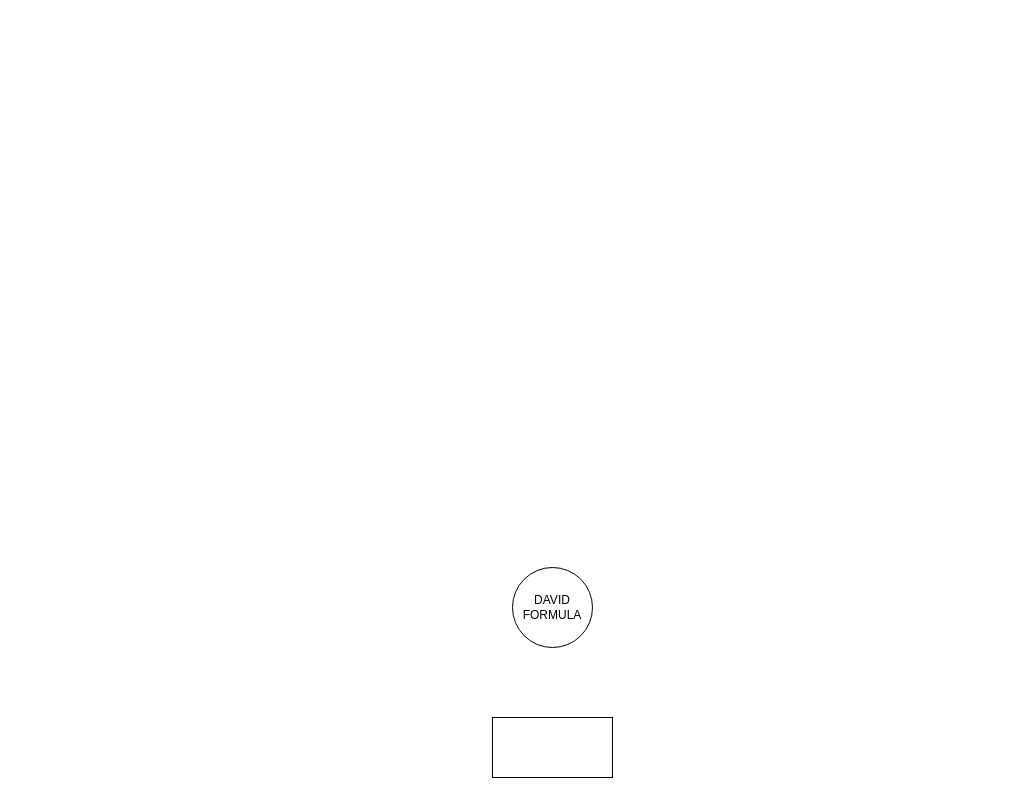
This is page "Struktur Org GSIT - NIS B" (1 of 3) of BIP_Andrea_2026.drawio from AndreaB54/BCA_INTERNSHIP_NIS_B_2026, a draw.io file, before an edit. Source tidied: cells renumbered, new cells numbered last; positions are measured from the earlier drawing's top-left corner, leaving out a move shared by most shapes. Both pictures are drawn from the tidied source at 100%, with x=0, y=0 at pixel (492, 567).
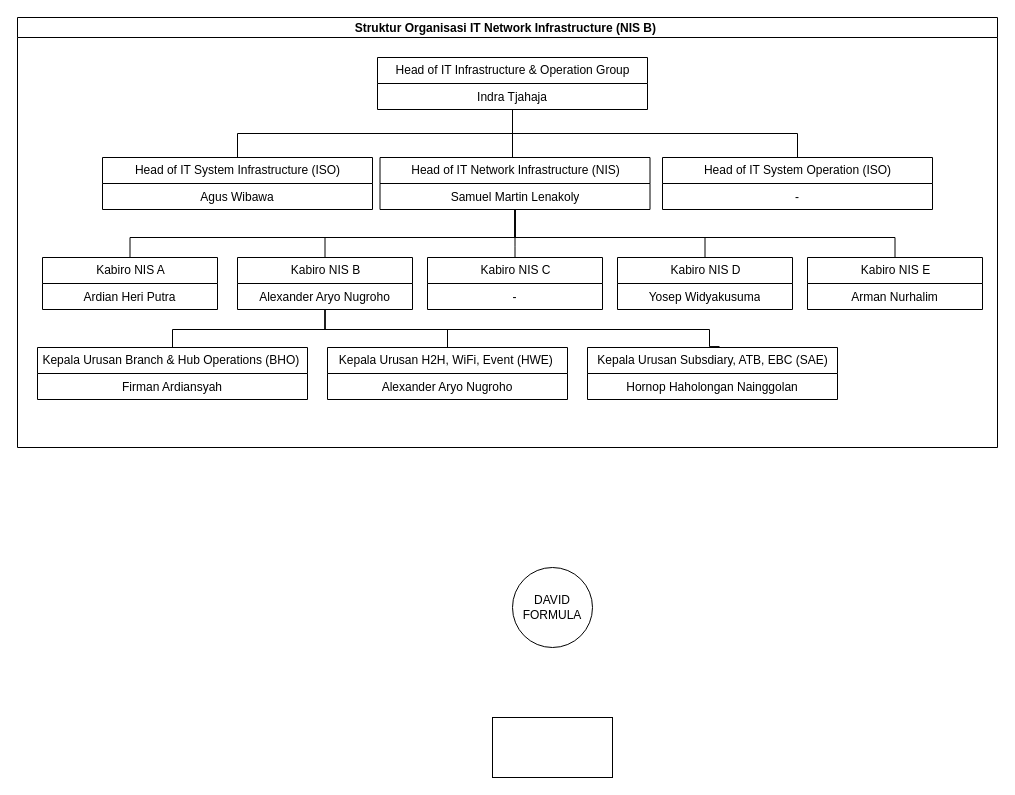
The same page after the edit.

Commit message:
Update Struktur Organisasi IT Network Infrastructure (NIS B)

Diff of the diagram source:
```diff
@@
+    <mxCell id="4" value="Struktur Organisasi IT Network Infrastructure (NIS B) " style="swimlane;startSize=20;horizontal=1;containerType=tree;newEdgeStyle={&quot;edgeStyle&quot;:&quot;elbowEdgeStyle&quot;,&quot;startArrow&quot;:&quot;none&quot;,&quot;endArrow&quot;:&quot;none&quot;};" parent="1" vertex="1">
+      <mxGeometry x="-475" y="-550" width="980" height="430" as="geometry" />
+    </mxCell>
+    <mxCell id="5" style="edgeStyle=orthogonalEdgeStyle;rounded=0;jettySize=auto;html=1;exitX=0.5;exitY=1;exitDx=0;exitDy=0;entryX=0.5;entryY=0;entryDx=0;entryDy=0;fontSize=12;startSize=8;endSize=8;endArrow=none;endFill=0;" parent="4" edge="1" source="8" target="12">
+      <mxGeometry relative="1" as="geometry">
+        <Array as="points">
+          <mxPoint x="498" y="220" />
+          <mxPoint x="308" y="220" />
+        </Array>
+      </mxGeometry>
+    </mxCell>
+    <mxCell id="6" style="edgeStyle=none;curved=1;rounded=0;jettySize=auto;html=1;exitX=0.5;exitY=1;exitDx=0;exitDy=0;entryX=0.5;entryY=0;entryDx=0;entryDy=0;fontSize=12;startSize=8;endSize=8;endArrow=none;endFill=0;" parent="4" edge="1" source="8" target="14">
+      <mxGeometry relative="1" as="geometry" />
+    </mxCell>
+    <mxCell id="7" style="edgeStyle=orthogonalEdgeStyle;rounded=0;jettySize=auto;html=1;exitX=0.5;exitY=1;exitDx=0;exitDy=0;entryX=0.5;entryY=0;entryDx=0;entryDy=0;fontSize=12;startSize=8;endSize=8;endArrow=none;endFill=0;" parent="4" edge="1" source="8" target="16">
+      <mxGeometry relative="1" as="geometry">
+        <Array as="points">
+          <mxPoint x="498" y="220" />
+          <mxPoint x="688" y="220" />
+        </Array>
+      </mxGeometry>
+    </mxCell>
+    <mxCell id="8" value="Head of IT Network Infrastructure (NIS)" style="swimlane;fontStyle=0;horizontal=1;startSize=26;fillColor=none;html=1;" parent="4" vertex="1">
+      <mxGeometry x="362.5" y="140" width="270" height="52" as="geometry" />
+    </mxCell>
+    <mxCell id="9" value="Samuel Martin Lenakoly" style="text;strokeColor=none;fillColor=none;align=center;verticalAlign=top;spacingLeft=4;spacingRight=4;overflow=hidden;whiteSpace=wrap;html=1;" parent="8" vertex="1">
+      <mxGeometry y="26" width="270" height="26" as="geometry" />
+    </mxCell>
+    <mxCell id="10" style="edgeStyle=orthogonalEdgeStyle;rounded=0;jettySize=auto;html=1;exitX=0.5;exitY=1;exitDx=0;exitDy=0;entryX=0.5;entryY=0;entryDx=0;entryDy=0;fontSize=12;startSize=8;endSize=8;endArrow=none;endFill=0;" parent="4" edge="1" source="12" target="18">
+      <mxGeometry relative="1" as="geometry">
+        <Array as="points">
+          <mxPoint x="307" y="312" />
+          <mxPoint x="155" y="312" />
+        </Array>
+      </mxGeometry>
+    </mxCell>
+    <mxCell id="11" style="edgeStyle=orthogonalEdgeStyle;rounded=0;jettySize=auto;html=1;exitX=0.5;exitY=1;exitDx=0;exitDy=0;entryX=0.5;entryY=0;entryDx=0;entryDy=0;fontSize=12;startSize=8;endSize=8;endArrow=none;endFill=0;" parent="4" edge="1" source="12" target="20">
+      <mxGeometry relative="1" as="geometry">
+        <Array as="points">
+          <mxPoint x="308" y="312" />
+          <mxPoint x="430" y="312" />
+        </Array>
+      </mxGeometry>
+    </mxCell>
+    <mxCell id="12" value="Kabiro NIS B" style="swimlane;fontStyle=0;horizontal=1;startSize=26;fillColor=none;html=1;" parent="4" vertex="1">
+      <mxGeometry x="220" y="240" width="175" height="52" as="geometry" />
+    </mxCell>
+    <mxCell id="13" value="Alexander Aryo Nugroho" style="text;strokeColor=none;fillColor=none;align=center;verticalAlign=top;spacingLeft=4;spacingRight=4;overflow=hidden;whiteSpace=wrap;html=1;" parent="12" vertex="1">
+      <mxGeometry y="26" width="175" height="26" as="geometry" />
+    </mxCell>
+    <mxCell id="14" value="Kabiro NIS C" style="swimlane;fontStyle=0;horizontal=1;startSize=26;fillColor=none;html=1;" parent="4" vertex="1">
+      <mxGeometry x="410" y="240" width="175" height="52" as="geometry" />
+    </mxCell>
+    <mxCell id="15" value="-" style="text;strokeColor=none;fillColor=none;align=center;verticalAlign=top;spacingLeft=4;spacingRight=4;overflow=hidden;whiteSpace=wrap;html=1;" parent="14" vertex="1">
+      <mxGeometry y="26" width="175" height="26" as="geometry" />
+    </mxCell>
+    <mxCell id="16" value="Kabiro NIS D" style="swimlane;fontStyle=0;horizontal=1;startSize=26;fillColor=none;html=1;" parent="4" vertex="1">
+      <mxGeometry x="600" y="240" width="175" height="52" as="geometry" />
+    </mxCell>
+    <mxCell id="17" value="Yosep Widyakusuma" style="text;strokeColor=none;fillColor=none;align=center;verticalAlign=top;spacingLeft=4;spacingRight=4;overflow=hidden;whiteSpace=wrap;html=1;" parent="16" vertex="1">
+      <mxGeometry y="26" width="175" height="26" as="geometry" />
+    </mxCell>
+    <mxCell id="18" value="Kepala Urusan Branch &amp;amp; Hub Operations (BHO)&amp;nbsp;" style="swimlane;fontStyle=0;horizontal=1;startSize=26;fillColor=none;html=1;" parent="4" vertex="1">
+      <mxGeometry x="20" y="330" width="270" height="52" as="geometry" />
+    </mxCell>
+    <mxCell id="19" value="Firman Ardiansyah" style="text;strokeColor=none;fillColor=none;align=center;verticalAlign=top;spacingLeft=4;spacingRight=4;overflow=hidden;whiteSpace=wrap;html=1;" parent="18" vertex="1">
+      <mxGeometry y="26" width="270" height="26" as="geometry" />
+    </mxCell>
+    <mxCell id="20" value="Kepala Urusan H2H, WiFi, Event (HWE)&amp;nbsp;" style="swimlane;fontStyle=0;horizontal=1;startSize=26;fillColor=none;html=1;" parent="4" vertex="1">
+      <mxGeometry x="310" y="330" width="240" height="52" as="geometry" />
+    </mxCell>
+    <mxCell id="21" value="Alexander Aryo Nugroho" style="text;strokeColor=none;fillColor=none;align=center;verticalAlign=top;spacingLeft=4;spacingRight=4;overflow=hidden;whiteSpace=wrap;html=1;" parent="20" vertex="1">
+      <mxGeometry y="26" width="240" height="26" as="geometry" />
+    </mxCell>
+    <mxCell id="22" value="Kepala Urusan Subsdiary, ATB, EBC (SAE)" style="swimlane;fontStyle=0;horizontal=1;startSize=26;fillColor=none;html=1;" parent="4" vertex="1">
+      <mxGeometry x="570" y="330" width="250" height="52" as="geometry" />
+    </mxCell>
+    <mxCell id="23" value="Hornop Haholongan Nainggolan" style="text;strokeColor=none;fillColor=none;align=center;verticalAlign=top;spacingLeft=4;spacingRight=4;overflow=hidden;whiteSpace=wrap;html=1;" parent="22" vertex="1">
+      <mxGeometry y="26" width="250" height="26" as="geometry" />
+    </mxCell>
+    <mxCell id="24" style="edgeStyle=orthogonalEdgeStyle;rounded=0;jettySize=auto;html=1;exitX=0.5;exitY=1;exitDx=0;exitDy=0;entryX=0.528;entryY=-0.018;entryDx=0;entryDy=0;entryPerimeter=0;fontSize=12;startSize=8;endSize=8;endArrow=none;endFill=0;" parent="4" edge="1" source="12" target="22">
+      <mxGeometry relative="1" as="geometry">
+        <Array as="points">
+          <mxPoint x="307" y="312" />
+          <mxPoint x="692" y="312" />
+        </Array>
+      </mxGeometry>
+    </mxCell>
+    <mxCell id="25" style="rounded=0;jettySize=auto;html=1;fontSize=12;startSize=8;endSize=8;endArrow=none;endFill=0;" parent="1" edge="1" source="28">
+      <mxGeometry relative="1" as="geometry">
+        <mxPoint x="20" y="-410" as="targetPoint" />
+      </mxGeometry>
+    </mxCell>
+    <mxCell id="26" style="edgeStyle=orthogonalEdgeStyle;rounded=0;jettySize=auto;html=1;exitX=0.5;exitY=1.018;exitDx=0;exitDy=0;entryX=0.5;entryY=0;entryDx=0;entryDy=0;fontSize=12;startSize=8;endSize=8;exitPerimeter=0;endArrow=none;endFill=0;" parent="1" edge="1" source="29" target="32">
+      <mxGeometry relative="1" as="geometry" />
+    </mxCell>
+    <mxCell id="27" style="edgeStyle=orthogonalEdgeStyle;rounded=0;jettySize=auto;html=1;exitX=0.5;exitY=1;exitDx=0;exitDy=0;entryX=0.5;entryY=0;entryDx=0;entryDy=0;fontSize=12;startSize=8;endSize=8;endArrow=none;endFill=0;" parent="1" edge="1" source="28" target="30">
+      <mxGeometry relative="1" as="geometry" />
+    </mxCell>
+    <mxCell id="28" value="Head of IT Infrastructure &amp;amp; Operation Group" style="swimlane;fontStyle=0;horizontal=1;startSize=26;fillColor=none;html=1;" parent="1" vertex="1">
+      <mxGeometry x="-115" y="-510" width="270" height="52" as="geometry" />
+    </mxCell>
+    <mxCell id="29" value="Indra Tjahaja" style="text;strokeColor=none;fillColor=none;align=center;verticalAlign=top;spacingLeft=4;spacingRight=4;overflow=hidden;points=[[0,0.5],[1,0.5]];portConstraint=eastwest;whiteSpace=wrap;html=1;" parent="28" vertex="1">
+      <mxGeometry y="26" width="270" height="26" as="geometry" />
+    </mxCell>
+    <mxCell id="30" value="Head of IT System Infrastructure (ISO)" style="swimlane;fontStyle=0;horizontal=1;startSize=26;fillColor=none;html=1;" parent="1" vertex="1">
+      <mxGeometry x="-390" y="-410" width="270" height="52" as="geometry" />
+    </mxCell>
+    <mxCell id="31" value="Agus Wibawa" style="text;strokeColor=none;fillColor=none;align=center;verticalAlign=top;spacingLeft=4;spacingRight=4;overflow=hidden;whiteSpace=wrap;html=1;" parent="30" vertex="1">
+      <mxGeometry y="26" width="270" height="26" as="geometry" />
+    </mxCell>
+    <mxCell id="32" value="Head of IT System Operation (ISO)" style="swimlane;fontStyle=0;horizontal=1;startSize=26;fillColor=none;html=1;" parent="1" vertex="1">
+      <mxGeometry x="170" y="-410" width="270" height="52" as="geometry" />
+    </mxCell>
+    <mxCell id="33" value="-" style="text;strokeColor=none;fillColor=none;align=center;verticalAlign=top;spacingLeft=4;spacingRight=4;overflow=hidden;whiteSpace=wrap;html=1;" parent="32" vertex="1">
+      <mxGeometry y="26" width="270" height="26" as="geometry" />
+    </mxCell>
+    <mxCell id="34" value="Kabiro NIS A" style="swimlane;fontStyle=0;horizontal=1;startSize=26;fillColor=none;html=1;" parent="1" vertex="1">
+      <mxGeometry x="-450" y="-310" width="175" height="52" as="geometry" />
+    </mxCell>
+    <mxCell id="35" value="Ardian Heri Putra" style="text;strokeColor=none;fillColor=none;align=center;verticalAlign=top;spacingLeft=4;spacingRight=4;overflow=hidden;whiteSpace=wrap;html=1;" parent="34" vertex="1">
+      <mxGeometry y="26" width="175" height="26" as="geometry" />
+    </mxCell>
+    <mxCell id="36" value="Kabiro NIS E" style="swimlane;fontStyle=0;horizontal=1;startSize=26;fillColor=none;html=1;" parent="1" vertex="1">
+      <mxGeometry x="315" y="-310" width="175" height="52" as="geometry" />
+    </mxCell>
+    <mxCell id="37" value="Arman Nurhalim" style="text;strokeColor=none;fillColor=none;align=center;verticalAlign=top;spacingLeft=4;spacingRight=4;overflow=hidden;whiteSpace=wrap;html=1;" parent="36" vertex="1">
+      <mxGeometry y="26" width="175" height="26" as="geometry" />
+    </mxCell>
+    <mxCell id="38" style="edgeStyle=orthogonalEdgeStyle;rounded=0;jettySize=auto;html=1;exitX=0.5;exitY=1;exitDx=0;exitDy=0;entryX=0.5;entryY=0;entryDx=0;entryDy=0;fontSize=12;startSize=8;endSize=8;endArrow=none;endFill=0;" parent="1" edge="1" source="8" target="34">
+      <mxGeometry relative="1" as="geometry">
+        <Array as="points">
+          <mxPoint x="23" y="-330" />
+          <mxPoint x="-363" y="-330" />
+        </Array>
+      </mxGeometry>
+    </mxCell>
+    <mxCell id="39" style="edgeStyle=orthogonalEdgeStyle;rounded=0;jettySize=auto;html=1;exitX=0.5;exitY=1;exitDx=0;exitDy=0;entryX=0.5;entryY=0;entryDx=0;entryDy=0;fontSize=12;startSize=8;endSize=8;endArrow=none;endFill=0;" parent="1" edge="1" source="8" target="36">
+      <mxGeometry relative="1" as="geometry">
+        <Array as="points">
+          <mxPoint x="23" y="-330" />
+          <mxPoint x="403" y="-330" />
+        </Array>
+      </mxGeometry>
+    </mxCell>
```
